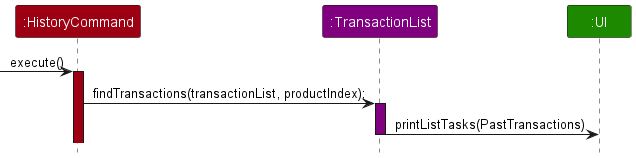
The PlantUML diagram docs/images/HistoryCommandExecuteSequenceDiagram.png in leongxingyu/tp, before a commit.
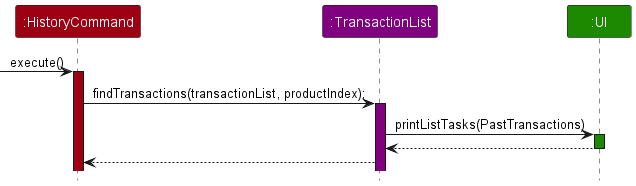
The same diagram one commit later.

What changed in the source:
```diff
@@ -14,6 +14,17 @@
 activate transactionlist PRODUCTLIST_COLOR
 
 transactionlist -> ui : printListTasks(PastTransactions)
-deactivate transactionlist
+activate ui UI_COLOR
+
+transactionlist <-- ui
+
+deactivate ui UI_COLOR
+
+
+command <-- transactionlist
+
+
+
+
 
 @enduml
```
